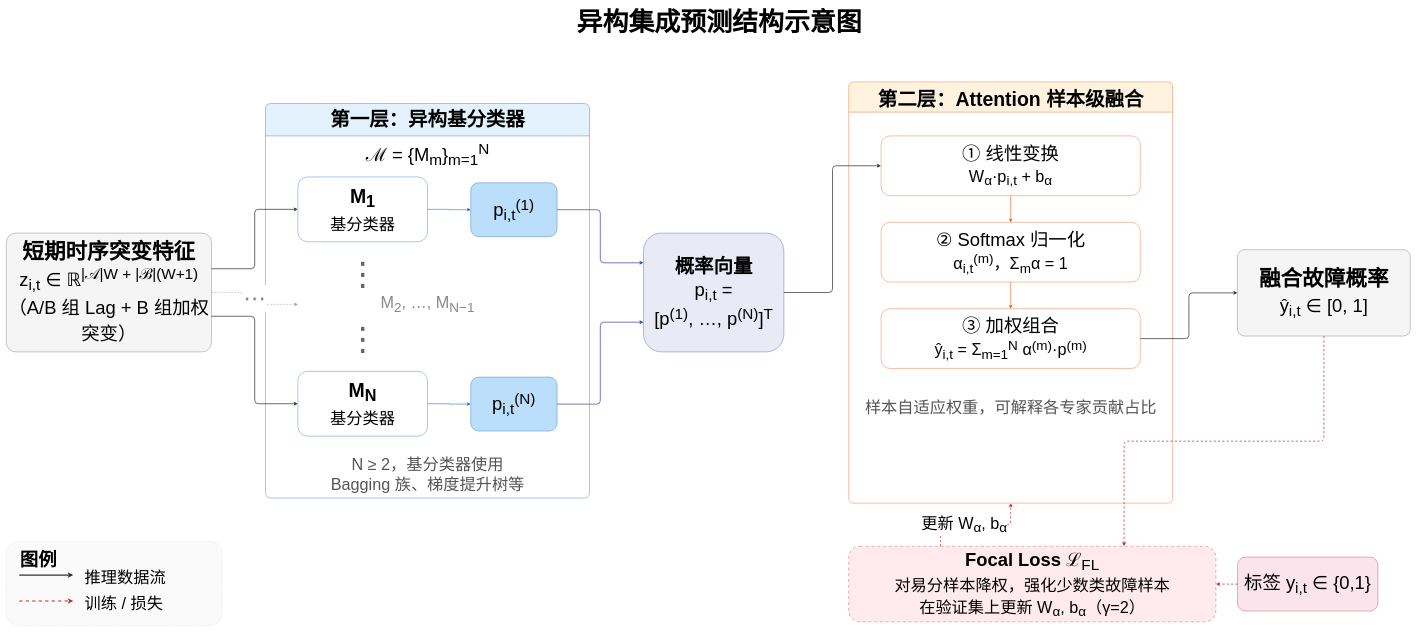
Above: figure_codes/chap3-ensemble.drawio in elephas00/master-thesis (draw.io), before the change. Source tidied: cells renumbered, new cells numbered last; positions are measured from the earlier drawing's top-left corner, leaving out a move shared by most shapes. Both pictures are drawn from the tidied source at 36%, with x=0, y=0 at pixel (6, 6).
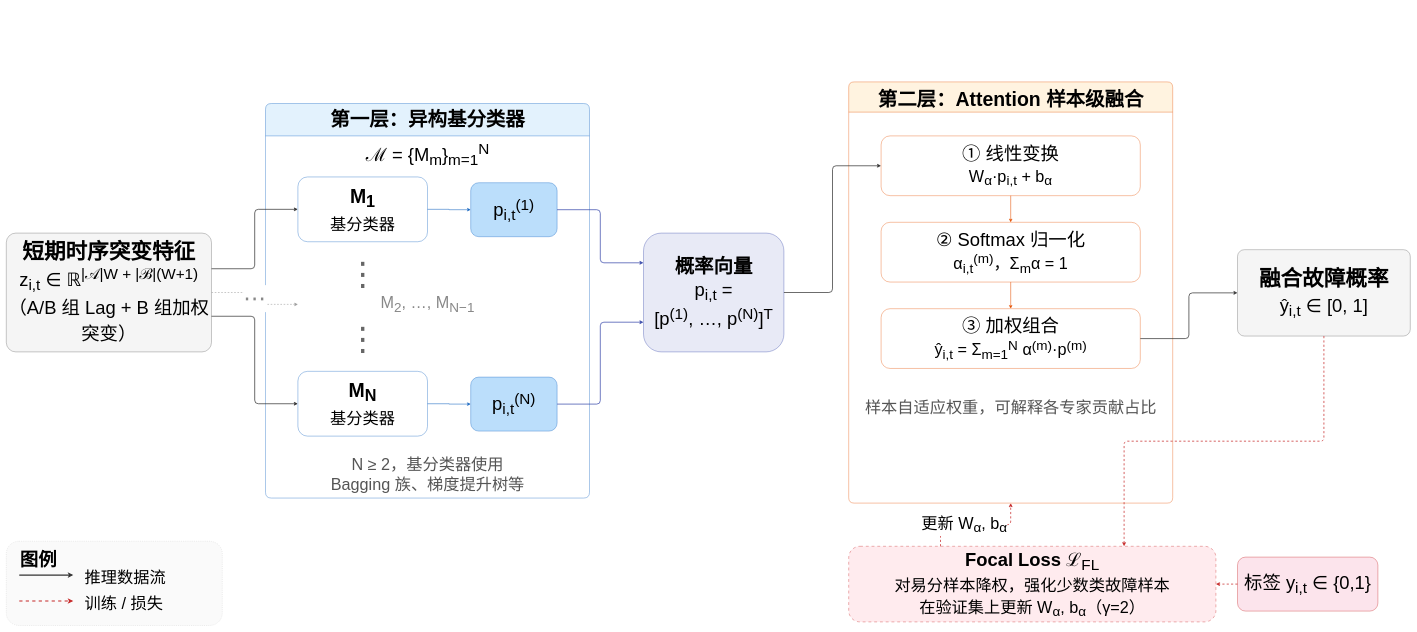
The same diagram, later.

Diff of the diagram source:
```diff
@@
-    <mxCell id="2" value="异构集成预测结构示意图" style="text;html=1;strokeColor=none;fillColor=none;align=center;verticalAlign=middle;fontStyle=1;fontSize=72;" parent="1" vertex="1">
-      <mxGeometry x="780" width="2400" height="90" as="geometry" />
-    </mxCell>
```
